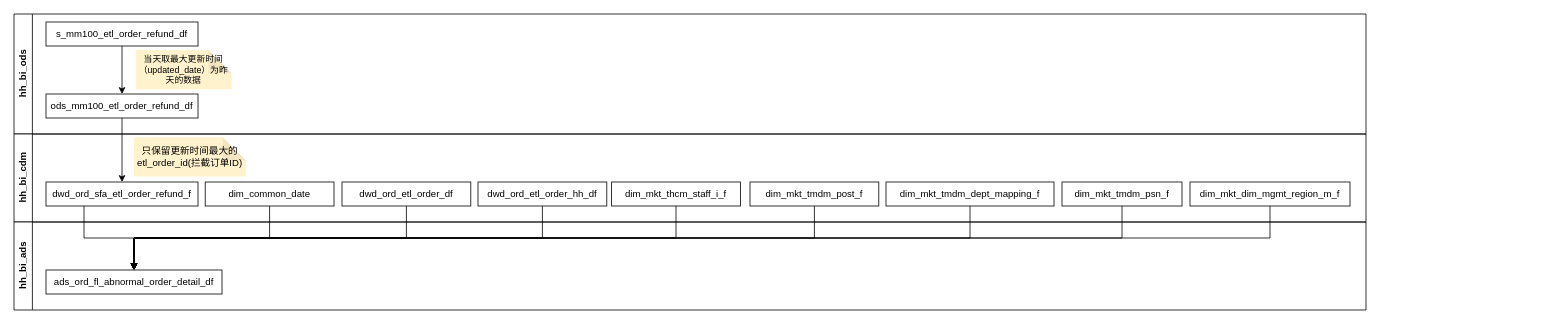
This is SAW飞轮拦截(新).drawio from ztacode/drawio, a draw.io file, before an edit. Source tidied: cells renumbered, new cells numbered last; positions are measured from the earlier drawing's top-left corner, leaving out a move shared by most shapes. Both pictures are drawn from the tidied source at 80%, with x=0, y=0 at pixel (14, 14).
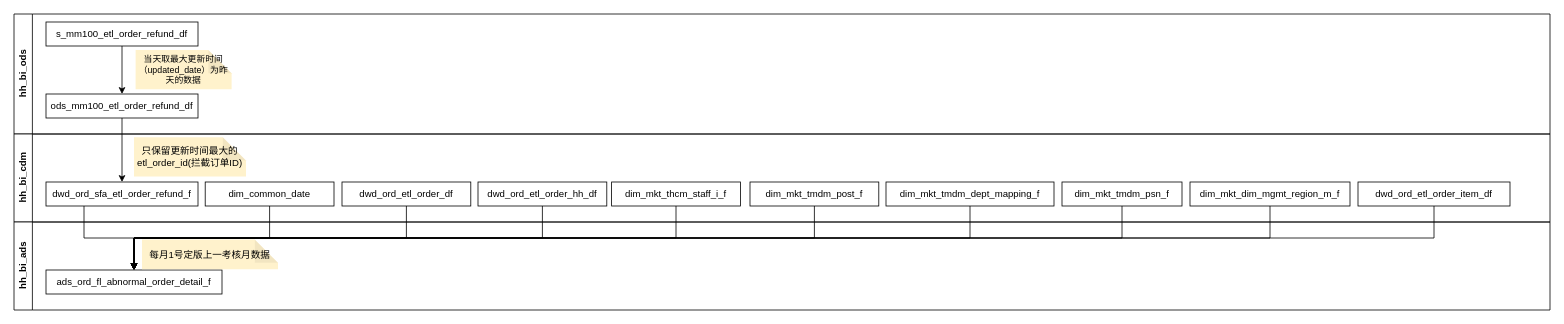
The same page after the edit.

Commit message (it also covers changes not shown here):
更新SAW飞轮拦截(新).drawio

Change to the diagram source:
```diff
@@
     <mxCell id="2" value="hh_bi_ods" style="swimlane;horizontal=0;whiteSpace=wrap;html=1;startSize=23;" parent="1" vertex="1">
-      <mxGeometry width="1690" height="150" as="geometry" />
+      <mxGeometry width="1920" height="150" as="geometry" />
     </mxCell>
@@
     <mxCell id="7" value="hh_bi_cdm" style="swimlane;horizontal=0;whiteSpace=wrap;html=1;startSize=23;" parent="1" vertex="1">
-      <mxGeometry y="150" width="1690" height="110" as="geometry" />
+      <mxGeometry y="150" width="1920" height="110" as="geometry" />
     </mxCell>
@@
     <mxCell id="21" value="hh_bi_ads" style="swimlane;horizontal=0;whiteSpace=wrap;html=1;startSize=23;" parent="1" vertex="1">
-      <mxGeometry y="260" width="1690" height="110" as="geometry" />
+      <mxGeometry y="260" width="1920" height="110" as="geometry" />
     </mxCell>
-    <mxCell id="22" value="ads_ord_fl_abnormal_order_detail_df" style="rounded=0;whiteSpace=wrap;html=1;" parent="21" vertex="1">
+    <mxCell id="22" value="ads_ord_fl_abnormal_order_detail_f" style="rounded=0;whiteSpace=wrap;html=1;" parent="21" vertex="1">
       <mxGeometry x="40" y="60" width="220" height="30" as="geometry" />
     </mxCell>
+    <mxCell id="30" value="每月1号定版上一考核月数据" style="shape=note;whiteSpace=wrap;html=1;backgroundOutline=1;darkOpacity=0.05;noLabel=0;enumerate=0;comic=0;perimeter=rectanglePerimeter;fillOpacity=100;strokeOpacity=100;overflow=visible;fillColor=#fff2cc;strokeColor=none;size=29;" parent="21" vertex="1">
+      <mxGeometry x="160" y="22" width="170" height="37" as="geometry" />
+    </mxCell>
@@
+    <mxCell id="31" style="edgeStyle=orthogonalEdgeStyle;rounded=0;jettySize=auto;html=1;exitX=0.5;exitY=1;exitDx=0;exitDy=0;entryX=0.5;entryY=0;entryDx=0;entryDy=0;" parent="1" edge="1" source="32" target="22">
+      <mxGeometry relative="1" as="geometry" />
+    </mxCell>
+    <mxCell id="32" value="dwd_ord_etl_order_item_df" style="rounded=0;whiteSpace=wrap;html=1;" parent="1" vertex="1">
+      <mxGeometry x="1680" y="210" width="190" height="30" as="geometry" />
+    </mxCell>
```
